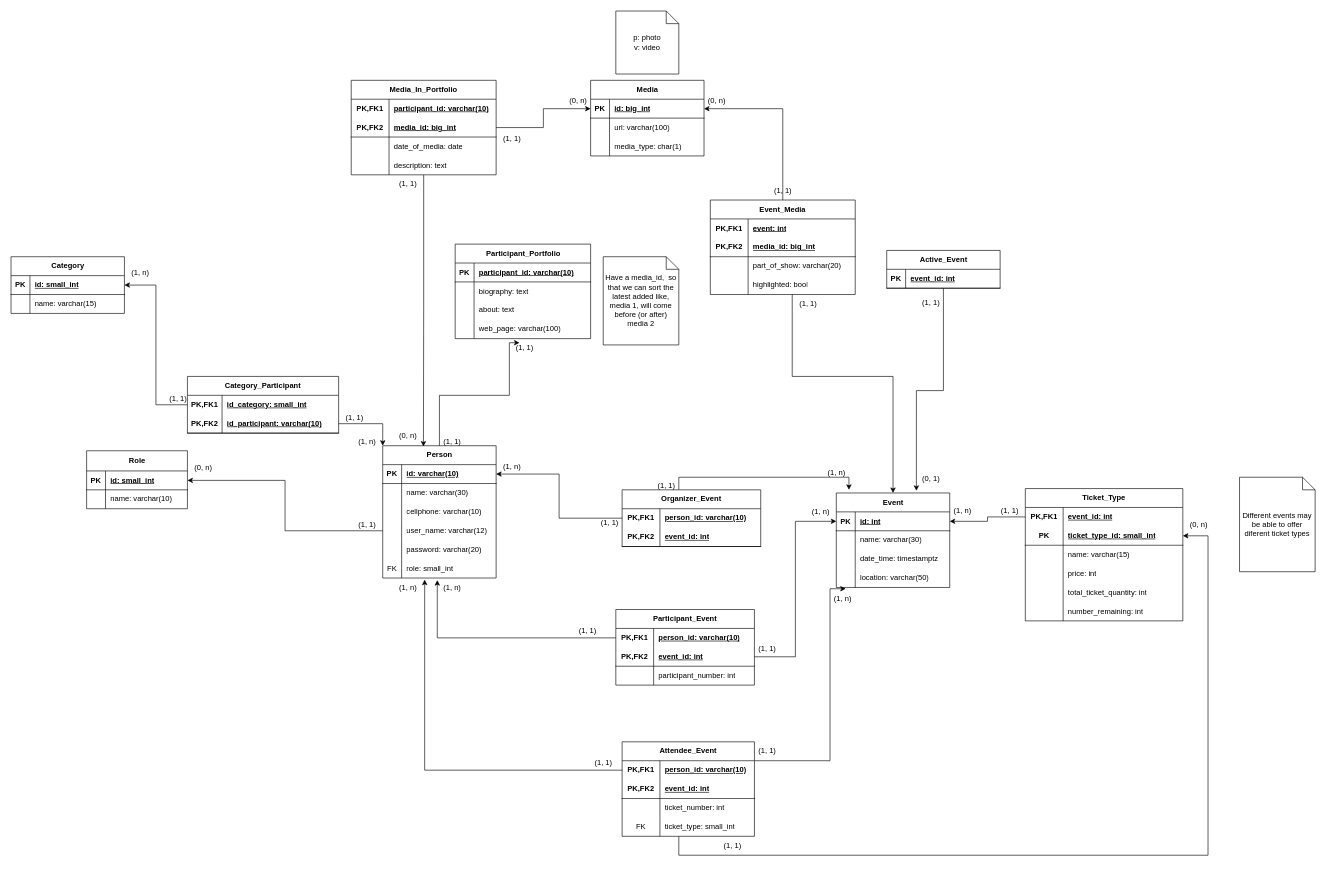
Laughcheeta1/ImplementationMidterm keeps this draw.io diagram as DataBaseDiagram.drawio. Above is the earlier version. Source tidied: cells renumbered, new cells numbered last; positions are measured from the earlier drawing's top-left corner, leaving out a move shared by most shapes. Both pictures are drawn from the tidied source at 63%, with x=0, y=0 at pixel (11, 11).
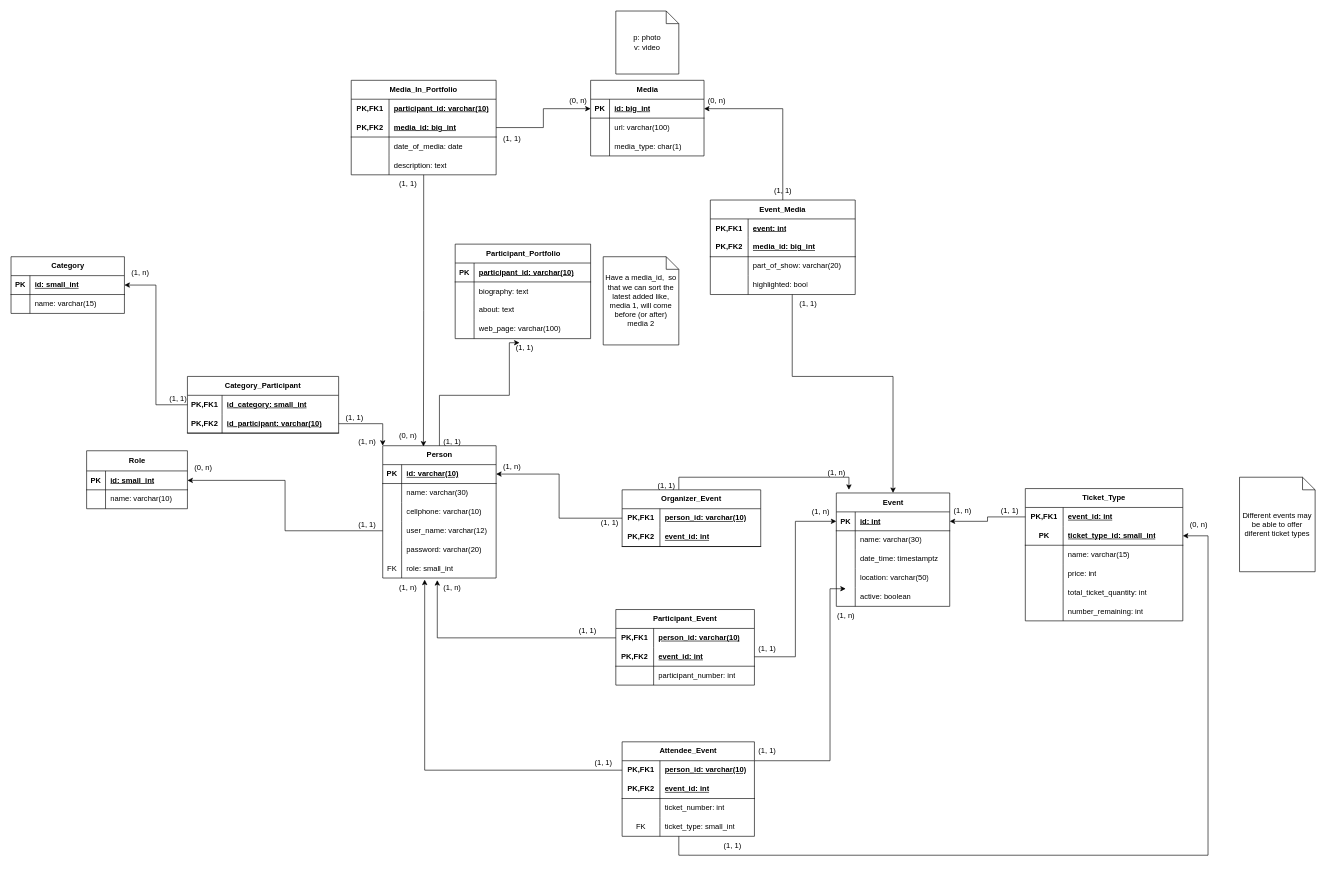
The same diagram, later.

The edit, as a diff of the source:
```diff
@@
     <mxCell id="9" value="Event" style="shape=table;startSize=30;childLayout=tableLayout;rowLines=0;fontStyle=1;align=center;html=1;" parent="1" vertex="1">
-      <mxGeometry x="1310" y="765" width="180" height="150" as="geometry" />
+      <mxGeometry x="1310" y="765" width="180" height="180" as="geometry" />
     </mxCell>
@@
+    <mxCell id="210" style="shape=tableRow;horizontal=0;startSize=0;swimlaneHead=0;swimlaneBody=0;fillColor=none;top=0;left=0;right=0;bottom=0;" parent="9" vertex="1">
+      <mxGeometry y="150" width="180" height="30" as="geometry" />
+    </mxCell>
+    <mxCell id="211" style="shape=partialRectangle;fillColor=none;top=0;left=0;bottom=0;right=0;overflow=hidden;whiteSpace=wrap;html=1;" parent="210" vertex="1">
+      <mxGeometry width="30" height="30" as="geometry" />
+    </mxCell>
+    <mxCell id="212" value="active: boolean" style="shape=partialRectangle;fillColor=none;top=0;left=0;bottom=0;right=0;align=left;spacingLeft=6;overflow=hidden;whiteSpace=wrap;html=1;" parent="210" vertex="1">
+      <mxGeometry x="30" width="150" height="30" as="geometry" />
+    </mxCell>
@@
-    <mxCell id="35" value="Active_Event" style="shape=table;startSize=30;childLayout=tableLayout;rowLines=0;fontStyle=1;align=center;html=1;" parent="1" vertex="1">
-      <mxGeometry x="1390" y="380" width="180" height="60" as="geometry" />
-    </mxCell>
-    <mxCell id="36" style="shape=tableRow;horizontal=0;startSize=0;swimlaneHead=0;swimlaneBody=0;fillColor=none;top=0;left=0;right=0;bottom=1;" parent="35" vertex="1">
-      <mxGeometry y="30" width="180" height="30" as="geometry" />
-    </mxCell>
-    <mxCell id="37" value="PK" style="shape=partialRectangle;fillColor=none;top=0;left=0;bottom=0;right=0;fontStyle=1;overflow=hidden;whiteSpace=wrap;html=1;" parent="36" vertex="1">
-      <mxGeometry width="30" height="30" as="geometry" />
-    </mxCell>
-    <mxCell id="38" value="event_id: int" style="shape=partialRectangle;fillColor=none;top=0;left=0;bottom=0;right=0;align=left;spacingLeft=6;fontStyle=5;overflow=hidden;whiteSpace=wrap;html=1;" parent="36" vertex="1">
-      <mxGeometry x="30" width="150" height="30" as="geometry" />
-    </mxCell>
@@
-    <mxCell id="193" value="(0, 1)" style="text;html=1;align=center;verticalAlign=middle;strokeColor=none;fillColor=none;" parent="1" vertex="1">
-      <mxGeometry x="1435" y="728" width="50" height="30" as="geometry" />
-    </mxCell>
-    <mxCell id="194" value="(1, 1)" style="text;html=1;align=center;verticalAlign=middle;strokeColor=none;fillColor=none;" parent="1" vertex="1">
-      <mxGeometry x="1435" y="448" width="50" height="30" as="geometry" />
-    </mxCell>
@@
     <mxCell id="200" value="(1, n)" style="text;html=1;align=center;verticalAlign=middle;strokeColor=none;fillColor=none;" parent="1" vertex="1">
-      <mxGeometry x="1295" y="918" width="50" height="30" as="geometry" />
+      <mxGeometry x="1300" y="945" width="50" height="30" as="geometry" />
     </mxCell>
@@
-    <mxCell id="208" style="edgeStyle=orthogonalEdgeStyle;rounded=0;jettySize=auto;html=1;entryX=0.706;entryY=-0.023;entryDx=0;entryDy=0;entryPerimeter=0;" parent="1" edge="1" source="35" target="9">
-      <mxGeometry relative="1" as="geometry" />
-    </mxCell>
```
